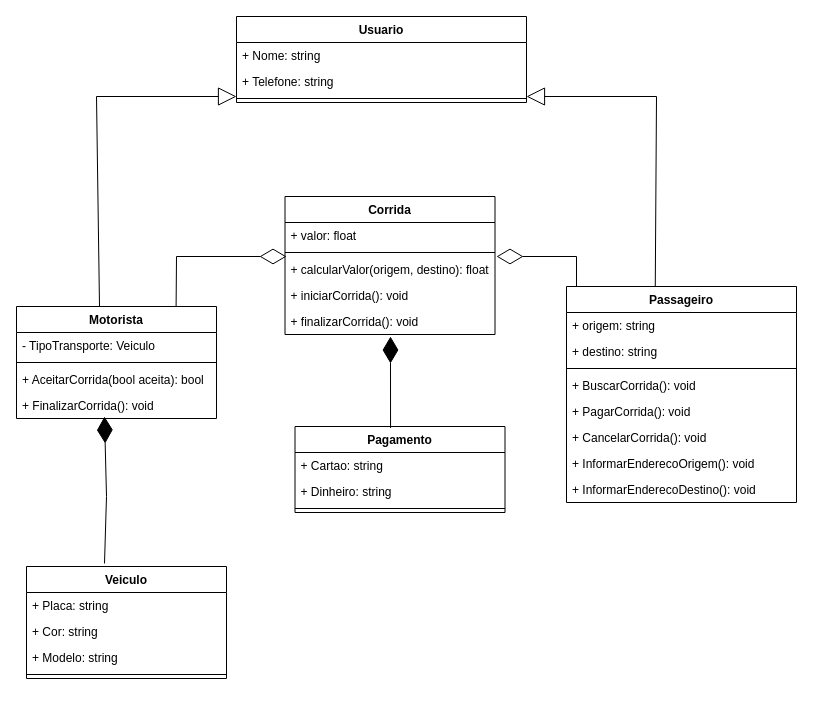
Sara-Alcaras/UberTaxi keeps this draw.io diagram as driagram.drawio. Above is the earlier version. Source tidied: cells renumbered, new cells numbered last; positions are measured from the earlier drawing's top-left corner, leaving out a move shared by most shapes. Both pictures are drawn from the tidied source at 100%, with x=0, y=0 at pixel (16, 16).
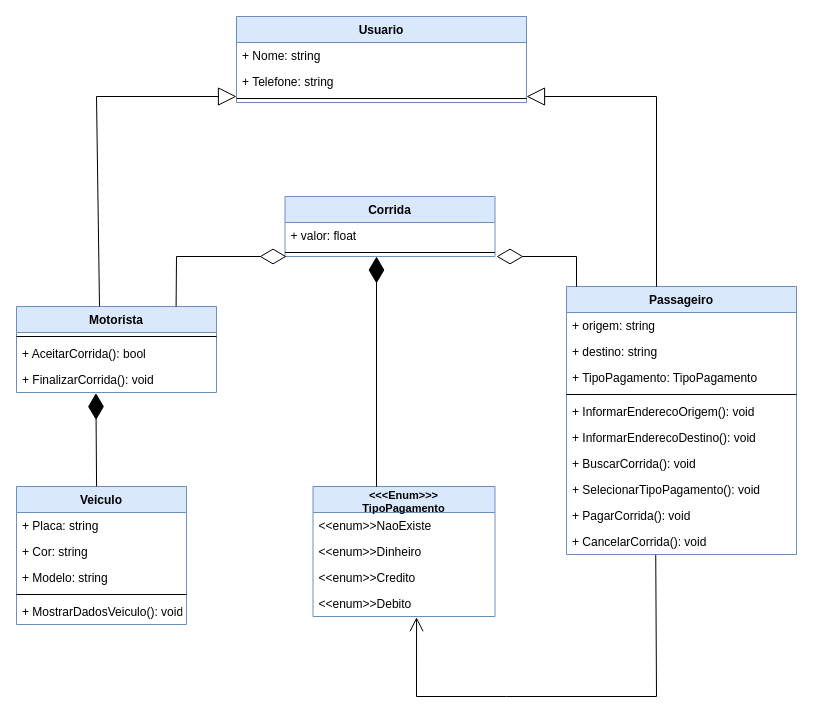
The same diagram, later.

Commit message:
organização diagrama

What changed in the source:
```diff
@@
-    <mxCell id="2" value="Motorista" style="swimlane;fontStyle=1;align=center;verticalAlign=top;horizontal=1;startSize=26;" parent="1" vertex="1">
-      <mxGeometry y="290" width="200" height="112" as="geometry" />
+    <mxCell id="2" value="Motorista" style="swimlane;fontStyle=1;align=center;verticalAlign=top;horizontal=1;startSize=26;fillColor=#dae8fc;strokeColor=#6c8ebf;" parent="1" vertex="1">
+      <mxGeometry y="290" width="200" height="86" as="geometry" />
     </mxCell>
-    <mxCell id="3" value="- TipoTransporte: Veiculo&#10;&#10;" style="text;strokeColor=none;fillColor=none;align=left;verticalAlign=top;spacingLeft=4;spacingRight=4;overflow=hidden;" parent="2" vertex="1">
-      <mxGeometry y="26" width="200" height="26" as="geometry" />
-    </mxCell>
     <mxCell id="4" style="line;strokeWidth=1;fillColor=none;align=left;verticalAlign=middle;spacingTop=-1;spacingLeft=3;spacingRight=3;labelPosition=right;" parent="2" vertex="1">
-      <mxGeometry y="52" width="200" height="8" as="geometry" />
+      <mxGeometry y="26" width="200" height="8" as="geometry" />
     </mxCell>
-    <mxCell id="5" value="+ AceitarCorrida(bool aceita): bool" style="text;strokeColor=none;fillColor=none;align=left;verticalAlign=top;spacingLeft=4;spacingRight=4;overflow=hidden;" parent="2" vertex="1">
-      <mxGeometry y="60" width="200" height="26" as="geometry" />
+    <mxCell id="5" value="+ AceitarCorrida(): bool" style="text;strokeColor=none;fillColor=none;align=left;verticalAlign=top;spacingLeft=4;spacingRight=4;overflow=hidden;" parent="2" vertex="1">
+      <mxGeometry y="34" width="200" height="26" as="geometry" />
     </mxCell>
     <mxCell id="6" value="+ FinalizarCorrida(): void" style="text;strokeColor=none;fillColor=none;align=left;verticalAlign=top;spacingLeft=4;spacingRight=4;overflow=hidden;points=[[0,0.5],[1,0.5]];portConstraint=eastwest;" parent="2" vertex="1">
-      <mxGeometry y="86" width="200" height="26" as="geometry" />
+      <mxGeometry y="60" width="200" height="26" as="geometry" />
     </mxCell>
-    <mxCell id="7" value="Usuario" style="swimlane;fontStyle=1;align=center;verticalAlign=top;horizontal=1;startSize=26;" parent="1" vertex="1">
+    <mxCell id="7" value="Usuario" style="swimlane;fontStyle=1;align=center;verticalAlign=top;horizontal=1;startSize=26;fillColor=#dae8fc;strokeColor=#6c8ebf;" parent="1" vertex="1">
       <mxGeometry x="220" width="290" height="86" as="geometry" />
     </mxCell>
@@
-    <mxCell id="11" value="Passageiro" style="swimlane;fontStyle=1;align=center;verticalAlign=top;horizontal=1;startSize=26;" parent="1" vertex="1">
-      <mxGeometry x="550" y="270" width="230" height="216" as="geometry" />
+    <mxCell id="11" value="Passageiro" style="swimlane;fontStyle=1;align=center;verticalAlign=top;horizontal=1;startSize=26;fillColor=#dae8fc;strokeColor=#6c8ebf;" parent="1" vertex="1">
+      <mxGeometry x="550" y="270" width="230" height="268" as="geometry" />
     </mxCell>
@@
+    <mxCell id="41" value="+ TipoPagamento: TipoPagamento&#10;" style="text;strokeColor=none;fillColor=none;align=left;verticalAlign=top;spacingLeft=4;spacingRight=4;overflow=hidden;" parent="11" vertex="1">
+      <mxGeometry y="78" width="230" height="26" as="geometry" />
+    </mxCell>
     <mxCell id="14" style="line;strokeWidth=1;fillColor=none;align=left;verticalAlign=middle;spacingTop=-1;spacingLeft=3;spacingRight=3;labelPosition=right;" parent="11" vertex="1">
-      <mxGeometry y="78" width="230" height="8" as="geometry" />
+      <mxGeometry y="104" width="230" height="8" as="geometry" />
     </mxCell>
+    <mxCell id="18" value="+ InformarEnderecoOrigem(): void" style="text;strokeColor=none;fillColor=none;align=left;verticalAlign=top;spacingLeft=4;spacingRight=4;overflow=hidden;" parent="11" vertex="1">
+      <mxGeometry y="112" width="230" height="26" as="geometry" />
+    </mxCell>
+    <mxCell id="19" value="+ InformarEnderecoDestino(): void" style="text;strokeColor=none;fillColor=none;align=left;verticalAlign=top;spacingLeft=4;spacingRight=4;overflow=hidden;" parent="11" vertex="1">
+      <mxGeometry y="138" width="230" height="26" as="geometry" />
+    </mxCell>
     <mxCell id="15" value="+ BuscarCorrida(): void" style="text;strokeColor=none;fillColor=none;align=left;verticalAlign=top;spacingLeft=4;spacingRight=4;overflow=hidden;" parent="11" vertex="1">
-      <mxGeometry y="86" width="230" height="26" as="geometry" />
+      <mxGeometry y="164" width="230" height="26" as="geometry" />
     </mxCell>
+    <mxCell id="42" value="+ SelecionarTipoPagamento(): void" style="text;strokeColor=none;fillColor=none;align=left;verticalAlign=top;spacingLeft=4;spacingRight=4;overflow=hidden;" parent="11" vertex="1">
+      <mxGeometry y="190" width="230" height="26" as="geometry" />
+    </mxCell>
     <mxCell id="16" value="+ PagarCorrida(): void" style="text;strokeColor=none;fillColor=none;align=left;verticalAlign=top;spacingLeft=4;spacingRight=4;overflow=hidden;" parent="11" vertex="1">
-      <mxGeometry y="112" width="230" height="26" as="geometry" />
+      <mxGeometry y="216" width="230" height="26" as="geometry" />
     </mxCell>
     <mxCell id="17" value="+ CancelarCorrida(): void" style="text;strokeColor=none;fillColor=none;align=left;verticalAlign=top;spacingLeft=4;spacingRight=4;overflow=hidden;points=[[0,0.5],[1,0.5]];portConstraint=eastwest;" parent="11" vertex="1">
-      <mxGeometry y="138" width="230" height="26" as="geometry" />
+      <mxGeometry y="242" width="230" height="26" as="geometry" />
     </mxCell>
-    <mxCell id="18" value="+ InformarEnderecoOrigem(): void" style="text;strokeColor=none;fillColor=none;align=left;verticalAlign=top;spacingLeft=4;spacingRight=4;overflow=hidden;" parent="11" vertex="1">
-      <mxGeometry y="164" width="230" height="26" as="geometry" />
-    </mxCell>
-    <mxCell id="19" value="+ InformarEnderecoDestino(): void" style="text;strokeColor=none;fillColor=none;align=left;verticalAlign=top;spacingLeft=4;spacingRight=4;overflow=hidden;" parent="11" vertex="1">
-      <mxGeometry y="190" width="230" height="26" as="geometry" />
-    </mxCell>
-    <mxCell id="20" value="Corrida" style="swimlane;fontStyle=1;align=center;verticalAlign=top;horizontal=1;startSize=26;" parent="1" vertex="1">
-      <mxGeometry x="268.5" y="180" width="210" height="138" as="geometry" />
+    <mxCell id="20" value="Corrida" style="swimlane;fontStyle=1;align=center;verticalAlign=top;horizontal=1;startSize=26;fillColor=#dae8fc;strokeColor=#6c8ebf;" parent="1" vertex="1">
+      <mxGeometry x="268.5" y="180" width="210" height="60" as="geometry" />
     </mxCell>
@@
-    <mxCell id="23" value="+ calcularValor(origem, destino): float" style="text;strokeColor=none;fillColor=none;align=left;verticalAlign=top;spacingLeft=4;spacingRight=4;overflow=hidden;" parent="20" vertex="1">
-      <mxGeometry y="60" width="210" height="26" as="geometry" />
-    </mxCell>
-    <mxCell id="24" value="+ iniciarCorrida(): void " style="text;strokeColor=none;fillColor=none;align=left;verticalAlign=top;spacingLeft=4;spacingRight=4;overflow=hidden;" parent="20" vertex="1">
-      <mxGeometry y="86" width="210" height="26" as="geometry" />
-    </mxCell>
-    <mxCell id="25" value="+ finalizarCorrida(): void" style="text;strokeColor=none;fillColor=none;align=left;verticalAlign=top;spacingLeft=4;spacingRight=4;overflow=hidden;" parent="20" vertex="1">
-      <mxGeometry y="112" width="210" height="26" as="geometry" />
-    </mxCell>
@@
-    <mxCell id="27" style="endArrow=block;endSize=16;endFill=0;html=1;rounded=0;exitX=0.386;exitY=-0.002;exitDx=0;exitDy=0;exitPerimeter=0;" parent="1" edge="1" source="11">
+    <mxCell id="27" style="endArrow=block;endSize=16;endFill=0;html=1;rounded=0;strokeColor=#000000;" parent="1" edge="1">
       <mxGeometry relative="1" as="geometry">
+        <mxPoint x="640" y="270" as="sourcePoint" />
         <mxPoint x="510" y="80" as="targetPoint" />
         <Array as="points">
           <mxPoint x="640" y="80" />
         </Array>
       </mxGeometry>
     </mxCell>
@@
-    <mxCell id="30" value="Pagamento" style="swimlane;fontStyle=1;align=center;verticalAlign=top;horizontal=1;startSize=26;" parent="1" vertex="1">
-      <mxGeometry x="278.5" y="410" width="210" height="86" as="geometry" />
+    <mxCell id="30" value="&lt;&lt;&lt;Enum&gt;&gt;&gt;&#10;TipoPagamento" style="swimlane;fontStyle=1;align=center;verticalAlign=top;horizontal=1;startSize=26;fontSize=11;strokeWidth=1;perimeterSpacing=0;spacing=1;spacingTop=-3;flipV=0;flipH=0;direction=east;rounded=0;shadow=0;sketch=0;fillColor=#dae8fc;strokeColor=#6c8ebf;" parent="1" vertex="1">
+      <mxGeometry x="296.5" y="470" width="182" height="130" as="geometry" />
     </mxCell>
-    <mxCell id="31" value="+ Cartao: string" style="text;strokeColor=none;fillColor=none;align=left;verticalAlign=top;spacingLeft=4;spacingRight=4;overflow=hidden;" parent="30" vertex="1">
-      <mxGeometry y="26" width="210" height="26" as="geometry" />
-    </mxCell>
-    <mxCell id="32" value="+ Dinheiro: string" style="text;strokeColor=none;fillColor=none;align=left;verticalAlign=top;spacingLeft=4;spacingRight=4;overflow=hidden;" parent="30" vertex="1">
-      <mxGeometry y="52" width="210" height="26" as="geometry" />
-    </mxCell>
-    <mxCell id="33" style="line;strokeWidth=1;fillColor=none;align=left;verticalAlign=middle;spacingTop=-1;spacingLeft=3;spacingRight=3;labelPosition=right;" parent="30" vertex="1">
-      <mxGeometry y="78" width="210" height="8" as="geometry" />
-    </mxCell>
+    <mxCell id="43" value="&lt;&lt;enum&gt;&gt;NaoExiste&#10;" style="text;strokeColor=none;fillColor=none;align=left;verticalAlign=top;spacingLeft=4;spacingRight=4;overflow=hidden;" parent="30" vertex="1">
+      <mxGeometry y="26" width="182" height="26" as="geometry" />
+    </mxCell>
+    <mxCell id="44" value="&lt;&lt;enum&gt;&gt;Dinheiro&#10;&#10;" style="text;strokeColor=none;fillColor=none;align=left;verticalAlign=top;spacingLeft=4;spacingRight=4;overflow=hidden;" parent="30" vertex="1">
+      <mxGeometry y="52" width="182" height="26" as="geometry" />
+    </mxCell>
+    <mxCell id="45" value="&lt;&lt;enum&gt;&gt;Credito&#10;" style="text;strokeColor=none;fillColor=none;align=left;verticalAlign=top;spacingLeft=4;spacingRight=4;overflow=hidden;" parent="30" vertex="1">
+      <mxGeometry y="78" width="182" height="26" as="geometry" />
+    </mxCell>
+    <mxCell id="46" value="&lt;&lt;enum&gt;&gt;Debito" style="text;strokeColor=none;fillColor=none;align=left;verticalAlign=top;spacingLeft=4;spacingRight=4;overflow=hidden;points=[[0,0.5],[1,0.5]];portConstraint=eastwest;" parent="30" vertex="1">
+      <mxGeometry y="104" width="182" height="26" as="geometry" />
+    </mxCell>
-    <mxCell id="34" style="endArrow=diamondThin;endFill=1;endSize=24;html=1;rounded=0;exitX=0.455;exitY=0.017;exitDx=0;exitDy=0;exitPerimeter=0;" parent="1" edge="1" source="30">
+    <mxCell id="34" style="endArrow=diamondThin;endFill=1;endSize=24;html=1;rounded=0;" parent="1" edge="1">
       <mxGeometry relative="1" as="geometry">
-        <mxPoint x="374" y="320" as="targetPoint" />
+        <mxPoint x="360" y="470" as="sourcePoint" />
+        <mxPoint x="360" y="240" as="targetPoint" />
       </mxGeometry>
     </mxCell>
-    <mxCell id="35" value="Veiculo" style="swimlane;fontStyle=1;align=center;verticalAlign=top;horizontal=1;startSize=26;" parent="1" vertex="1">
-      <mxGeometry x="10" y="550" width="200" height="112" as="geometry" />
+    <mxCell id="35" value="Veiculo" style="swimlane;fontStyle=1;align=center;verticalAlign=top;horizontal=1;startSize=26;fillColor=#dae8fc;strokeColor=#6c8ebf;" parent="1" vertex="1">
+      <mxGeometry y="470" width="170" height="138" as="geometry" />
     </mxCell>
     <mxCell id="36" value="+ Placa: string&#10;" style="text;strokeColor=none;fillColor=none;align=left;verticalAlign=top;spacingLeft=4;spacingRight=4;overflow=hidden;" parent="35" vertex="1">
-      <mxGeometry y="26" width="200" height="26" as="geometry" />
+      <mxGeometry y="26" width="170" height="26" as="geometry" />
     </mxCell>
     <mxCell id="37" value="+ Cor: string&#10;" style="text;strokeColor=none;fillColor=none;align=left;verticalAlign=top;spacingLeft=4;spacingRight=4;overflow=hidden;" parent="35" vertex="1">
-      <mxGeometry y="52" width="200" height="26" as="geometry" />
+      <mxGeometry y="52" width="170" height="26" as="geometry" />
     </mxCell>
     <mxCell id="38" value="+ Modelo: string&#10;" style="text;strokeColor=none;fillColor=none;align=left;verticalAlign=top;spacingLeft=4;spacingRight=4;overflow=hidden;" parent="35" vertex="1">
-      <mxGeometry y="78" width="200" height="26" as="geometry" />
+      <mxGeometry y="78" width="170" height="26" as="geometry" />
     </mxCell>
     <mxCell id="39" style="line;strokeWidth=1;fillColor=none;align=left;verticalAlign=middle;spacingTop=-1;spacingLeft=3;spacingRight=3;labelPosition=right;" parent="35" vertex="1">
-      <mxGeometry y="104" width="200" height="8" as="geometry" />
+      <mxGeometry y="104" width="170" height="8" as="geometry" />
     </mxCell>
-    <mxCell id="40" style="endArrow=diamondThin;endFill=1;endSize=24;html=1;rounded=0;exitX=0.39;exitY=-0.027;exitDx=0;exitDy=0;exitPerimeter=0;" parent="1" edge="1" source="35">
-      <mxGeometry relative="1" as="geometry">
-        <mxPoint x="88" y="400" as="targetPoint" />
-        <Array as="points">
-          <mxPoint x="90" y="480" />
-        </Array>
-      </mxGeometry>
-    </mxCell>
+    <mxCell id="47" value="+ MostrarDadosVeiculo(): void" style="text;strokeColor=none;fillColor=none;align=left;verticalAlign=top;spacingLeft=4;spacingRight=4;overflow=hidden;" parent="35" vertex="1">
+      <mxGeometry y="112" width="170" height="26" as="geometry" />
+    </mxCell>
+    <mxCell id="48" style="endArrow=diamondThin;endFill=1;endSize=24;html=1;rounded=0;exitX=0.471;exitY=-0.001;exitDx=0;exitDy=0;exitPerimeter=0;entryX=0.397;entryY=1.024;entryDx=0;entryDy=0;entryPerimeter=0;" parent="1" edge="1" source="35" target="6">
+      <mxGeometry relative="1" as="geometry" />
+    </mxCell>
+    <mxCell id="49" style="endArrow=open;endFill=1;endSize=12;html=1;rounded=0;entryX=0.569;entryY=1.026;entryDx=0;entryDy=0;entryPerimeter=0;exitX=0.388;exitY=1.019;exitDx=0;exitDy=0;exitPerimeter=0;" parent="1" edge="1" source="17" target="46">
+      <mxGeometry relative="1" as="geometry">
+        <Array as="points">
+          <mxPoint x="640" y="680" />
+          <mxPoint x="490" y="680" />
+          <mxPoint x="400" y="680" />
+        </Array>
+      </mxGeometry>
+    </mxCell>
```
